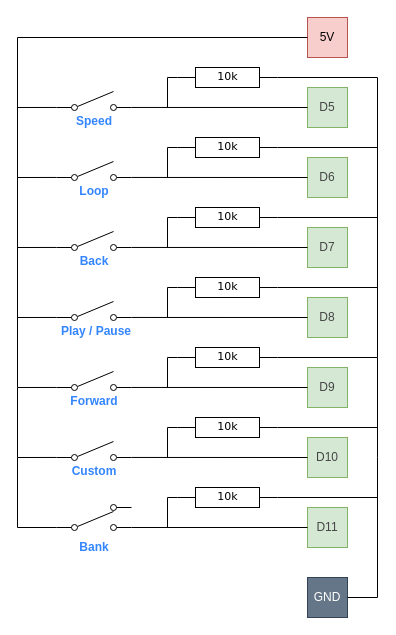
The draw.io diagram Schematic/schematic.drawio in andreasbrett/OVLP, before the edit. Source tidied: cells renumbered, new cells numbered last; positions are measured from the earlier drawing's top-left corner, leaving out a move shared by most shapes. Both pictures are drawn from the tidied source at 100%, with x=0, y=0 at pixel (17, 17).
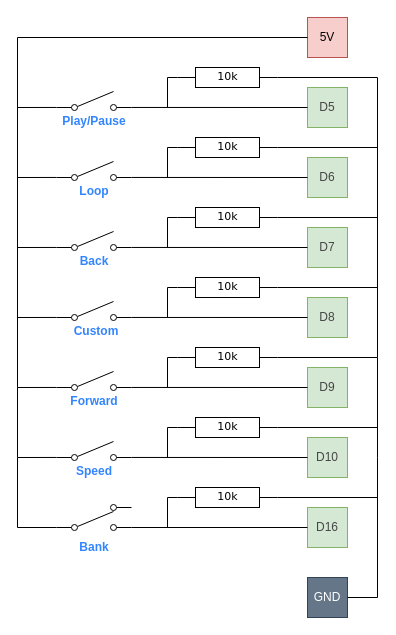
The same page after the edit.

Change to the diagram source:
```diff
@@
-    <mxCell id="14" value="Speed" style="text;html=1;strokeColor=none;fillColor=none;align=center;verticalAlign=middle;whiteSpace=wrap;rounded=0;shadow=0;glass=0;comic=0;fontColor=#3385FF;fontStyle=1;" parent="1" vertex="1">
+    <mxCell id="14" value="Play/Pause" style="text;html=1;strokeColor=none;fillColor=none;align=center;verticalAlign=middle;whiteSpace=wrap;rounded=0;shadow=0;glass=0;comic=0;fontColor=#3385FF;fontStyle=1;" parent="1" vertex="1">
       <mxGeometry x="56.5" y="94" width="40" height="20" as="geometry" />
     </mxCell>
@@
-    <mxCell id="20" value="Play / Pause" style="text;html=1;strokeColor=none;fillColor=none;align=center;verticalAlign=middle;whiteSpace=wrap;rounded=0;shadow=0;glass=0;comic=0;fontColor=#3385FF;fontStyle=1;" parent="1" vertex="1">
+    <mxCell id="20" value="Custom" style="text;html=1;strokeColor=none;fillColor=none;align=center;verticalAlign=middle;whiteSpace=wrap;rounded=0;shadow=0;glass=0;comic=0;fontColor=#3385FF;fontStyle=1;" parent="1" vertex="1">
       <mxGeometry x="39" y="304" width="80" height="20" as="geometry" />
     </mxCell>
@@
-    <mxCell id="63" value="D11" style="whiteSpace=wrap;html=1;fillColor=#d5e8d4;strokeColor=#82b366;rounded=0;glass=0;shadow=0;comic=0;fontColor=#454545;" parent="1" vertex="1">
+    <mxCell id="63" value="D16" style="whiteSpace=wrap;html=1;fillColor=#d5e8d4;strokeColor=#82b366;rounded=0;glass=0;shadow=0;comic=0;fontColor=#454545;" parent="1" vertex="1">
       <mxGeometry x="290" y="490" width="40" height="40" as="geometry" />
     </mxCell>
@@
-    <mxCell id="65" value="Custom" style="text;html=1;strokeColor=none;fillColor=none;align=center;verticalAlign=middle;whiteSpace=wrap;rounded=0;shadow=0;glass=0;comic=0;fontColor=#3385FF;fontStyle=1;" parent="1" vertex="1">
+    <mxCell id="65" value="Speed" style="text;html=1;strokeColor=none;fillColor=none;align=center;verticalAlign=middle;whiteSpace=wrap;rounded=0;shadow=0;glass=0;comic=0;fontColor=#3385FF;fontStyle=1;" parent="1" vertex="1">
       <mxGeometry x="56.5" y="444" width="40" height="20" as="geometry" />
     </mxCell>
```
